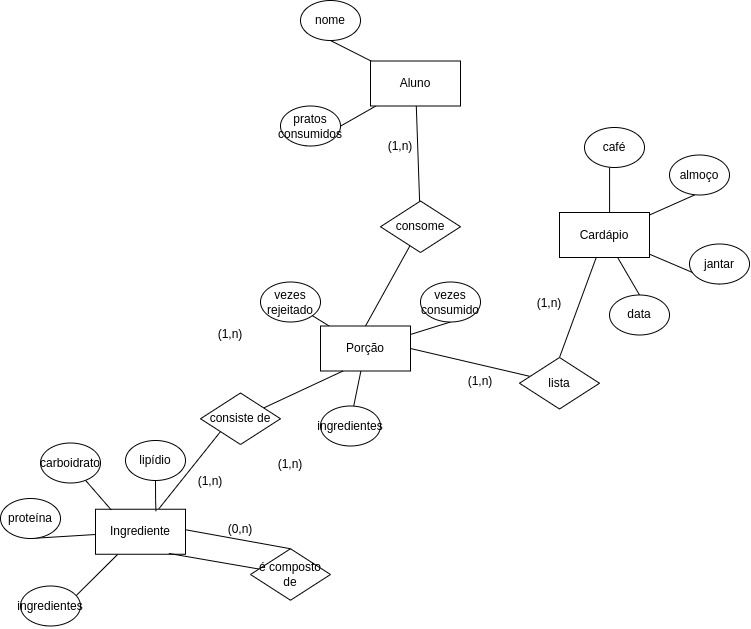
This is lab03/images/ER.png from yvensiveis/mc536, a draw.io export, as it was before one commit. Source tidied: cells renumbered, new cells last; positions are measured from the earlier drawing's top-left corner, leaving out a move shared by most shapes.
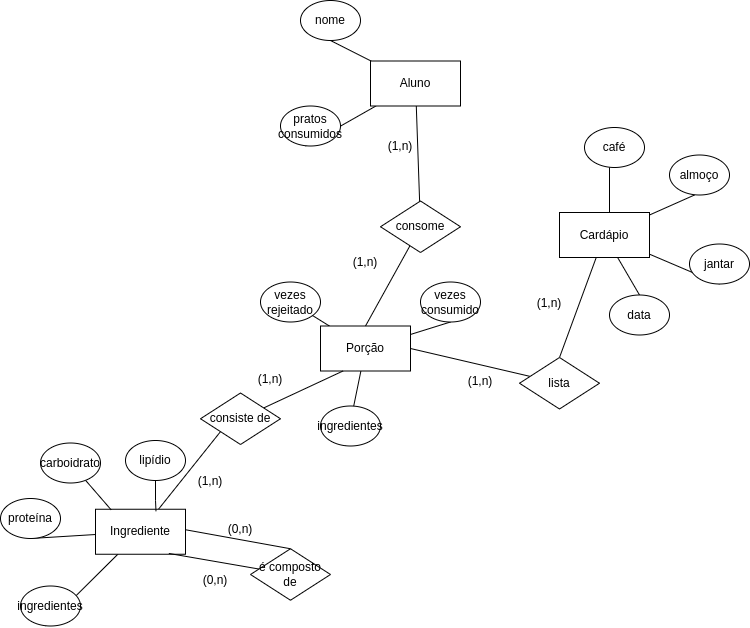
Above is the later version.

Diff of the diagram source:
```diff
@@ -19,7 +19,7 @@
     <mxCell id="5" style="rounded=0;jettySize=auto;html=1;entryX=0.5;entryY=0;entryDx=0;entryDy=0;endArrow=none;endFill=0;" parent="1" edge="1" source="7" target="12">
       <mxGeometry relative="1" as="geometry" />
     </mxCell>
-    <mxCell id="6" style="rounded=0;jettySize=auto;html=1;entryX=0.5;entryY=0;entryDx=0;entryDy=0;endArrow=none;endFill=0;" parent="1" edge="1" source="7" target="33">
+    <mxCell id="6" style="rounded=0;jettySize=auto;html=1;entryX=0.5;entryY=0;entryDx=0;entryDy=0;endArrow=none;endFill=0;" parent="1" edge="1" source="7" target="32">
       <mxGeometry relative="1" as="geometry" />
     </mxCell>
     <mxCell id="7" style="rounded=0;whiteSpace=wrap;html=1;" parent="1" vertex="1">
@@ -94,79 +94,82 @@
     <mxCell id="30" value="(1,n)" style="text;html=1;strokeColor=none;fillColor=none;align=center;verticalAlign=middle;whiteSpace=wrap;rounded=0;" parent="1" vertex="1">
       <mxGeometry x="180" y="465.5" width="60" height="30" as="geometry" />
     </mxCell>
-    <mxCell id="31" value="(1,n)" style="text;html=1;strokeColor=none;fillColor=none;align=center;verticalAlign=middle;whiteSpace=wrap;rounded=0;" parent="1" vertex="1">
-      <mxGeometry x="260" y="449" width="60" height="30" as="geometry" />
+    <mxCell id="31" style="rounded=0;jettySize=auto;html=1;entryX=1;entryY=0.5;entryDx=0;entryDy=0;endArrow=none;endFill=0;" parent="1" edge="1" source="32" target="23">
+      <mxGeometry relative="1" as="geometry" />
     </mxCell>
-    <mxCell id="32" style="rounded=0;jettySize=auto;html=1;entryX=1;entryY=0.5;entryDx=0;entryDy=0;endArrow=none;endFill=0;" parent="1" edge="1" source="33" target="23">
-      <mxGeometry relative="1" as="geometry" />
+    <mxCell id="32" value="lista" style="rhombus;whiteSpace=wrap;html=1;" parent="1" vertex="1">
+      <mxGeometry x="519" y="357" width="80" height="51.5" as="geometry" />
     </mxCell>
-    <mxCell id="33" value="lista" style="rhombus;whiteSpace=wrap;html=1;" parent="1" vertex="1">
-      <mxGeometry x="519" y="357" width="80" height="51.5" as="geometry" />
+    <mxCell id="33" value="(1,n)" style="text;html=1;strokeColor=none;fillColor=none;align=center;verticalAlign=middle;whiteSpace=wrap;rounded=0;" parent="1" vertex="1">
+      <mxGeometry x="450" y="365.5" width="60" height="30" as="geometry" />
     </mxCell>
-    <mxCell id="34" value="(1,n)" style="text;html=1;strokeColor=none;fillColor=none;align=center;verticalAlign=middle;whiteSpace=wrap;rounded=0;" parent="1" vertex="1">
-      <mxGeometry x="450" y="365.5" width="60" height="30" as="geometry" />
+    <mxCell id="34" style="rounded=0;jettySize=auto;html=1;entryX=0.174;entryY=0.013;entryDx=0;entryDy=0;entryPerimeter=0;endArrow=none;endFill=0;" parent="1" edge="1" source="35" target="16">
+      <mxGeometry relative="1" as="geometry" />
     </mxCell>
-    <mxCell id="35" style="rounded=0;jettySize=auto;html=1;entryX=0.174;entryY=0.013;entryDx=0;entryDy=0;entryPerimeter=0;endArrow=none;endFill=0;" parent="1" edge="1" source="36" target="16">
-      <mxGeometry relative="1" as="geometry" />
+    <mxCell id="35" value="carboidrato" style="ellipse;whiteSpace=wrap;html=1;" parent="1" vertex="1">
+      <mxGeometry x="40" y="442.5" width="60" height="40" as="geometry" />
     </mxCell>
-    <mxCell id="36" value="carboidrato" style="ellipse;whiteSpace=wrap;html=1;" parent="1" vertex="1">
-      <mxGeometry x="40" y="442.5" width="60" height="40" as="geometry" />
+    <mxCell id="36" style="edgeStyle=orthogonalEdgeStyle;rounded=0;jettySize=auto;html=1;entryX=0.672;entryY=0.043;entryDx=0;entryDy=0;entryPerimeter=0;endArrow=none;endFill=0;" parent="1" edge="1" source="37" target="16">
+      <mxGeometry relative="1" as="geometry" />
     </mxCell>
-    <mxCell id="37" style="edgeStyle=orthogonalEdgeStyle;rounded=0;jettySize=auto;html=1;entryX=0.672;entryY=0.043;entryDx=0;entryDy=0;entryPerimeter=0;endArrow=none;endFill=0;" parent="1" edge="1" source="38" target="16">
-      <mxGeometry relative="1" as="geometry" />
+    <mxCell id="37" value="lipídio" style="ellipse;whiteSpace=wrap;html=1;" parent="1" vertex="1">
+      <mxGeometry x="125" y="440" width="60" height="40" as="geometry" />
     </mxCell>
-    <mxCell id="38" value="lipídio" style="ellipse;whiteSpace=wrap;html=1;" parent="1" vertex="1">
-      <mxGeometry x="125" y="440" width="60" height="40" as="geometry" />
+    <mxCell id="38" style="rounded=0;jettySize=auto;html=1;entryX=0.417;entryY=1;entryDx=0;entryDy=0;entryPerimeter=0;endArrow=none;endFill=0;" parent="1" edge="1" source="41" target="43">
+      <mxGeometry relative="1" as="geometry" />
     </mxCell>
-    <mxCell id="39" style="rounded=0;jettySize=auto;html=1;entryX=0.417;entryY=1;entryDx=0;entryDy=0;entryPerimeter=0;endArrow=none;endFill=0;" parent="1" edge="1" source="42" target="44">
+    <mxCell id="39" style="rounded=0;jettySize=auto;html=1;entryX=0.5;entryY=1;entryDx=0;entryDy=0;endArrow=none;endFill=0;" parent="1" edge="1" source="41" target="44">
       <mxGeometry relative="1" as="geometry" />
     </mxCell>
-    <mxCell id="40" style="rounded=0;jettySize=auto;html=1;entryX=0.5;entryY=1;entryDx=0;entryDy=0;endArrow=none;endFill=0;" parent="1" edge="1" source="42" target="45">
+    <mxCell id="40" style="rounded=0;jettySize=auto;html=1;endArrow=none;endFill=0;" parent="1" edge="1" source="41" target="46">
       <mxGeometry relative="1" as="geometry" />
     </mxCell>
-    <mxCell id="41" style="rounded=0;jettySize=auto;html=1;endArrow=none;endFill=0;" parent="1" edge="1" source="42" target="47">
-      <mxGeometry relative="1" as="geometry" />
+    <mxCell id="41" style="rounded=0;whiteSpace=wrap;html=1;" parent="1" vertex="1">
+      <mxGeometry x="370" y="60.5" width="90" height="45" as="geometry" />
     </mxCell>
-    <mxCell id="42" style="rounded=0;whiteSpace=wrap;html=1;" parent="1" vertex="1">
-      <mxGeometry x="370" y="60.5" width="90" height="45" as="geometry" />
+    <mxCell id="42" value="Aluno" style="text;html=1;strokeColor=none;fillColor=none;align=center;verticalAlign=middle;whiteSpace=wrap;rounded=0;" parent="1" vertex="1">
+      <mxGeometry x="385" y="68" width="60" height="30" as="geometry" />
     </mxCell>
-    <mxCell id="43" value="Aluno" style="text;html=1;strokeColor=none;fillColor=none;align=center;verticalAlign=middle;whiteSpace=wrap;rounded=0;" parent="1" vertex="1">
-      <mxGeometry x="385" y="68" width="60" height="30" as="geometry" />
+    <mxCell id="43" value="pratos consumidos" style="ellipse;whiteSpace=wrap;html=1;" parent="1" vertex="1">
+      <mxGeometry x="280" y="105.5" width="60" height="40" as="geometry" />
     </mxCell>
-    <mxCell id="44" value="pratos consumidos" style="ellipse;whiteSpace=wrap;html=1;" parent="1" vertex="1">
-      <mxGeometry x="280" y="105.5" width="60" height="40" as="geometry" />
+    <mxCell id="44" value="nome" style="ellipse;whiteSpace=wrap;html=1;" parent="1" vertex="1">
+      <mxGeometry x="300" width="60" height="40" as="geometry" />
     </mxCell>
-    <mxCell id="45" value="nome" style="ellipse;whiteSpace=wrap;html=1;" parent="1" vertex="1">
-      <mxGeometry x="300" width="60" height="40" as="geometry" />
+    <mxCell id="45" style="rounded=0;jettySize=auto;html=1;entryX=0.5;entryY=0;entryDx=0;entryDy=0;endArrow=none;endFill=0;" parent="1" edge="1" source="46" target="23">
+      <mxGeometry relative="1" as="geometry" />
     </mxCell>
-    <mxCell id="46" style="rounded=0;jettySize=auto;html=1;entryX=0.5;entryY=0;entryDx=0;entryDy=0;endArrow=none;endFill=0;" parent="1" edge="1" source="47" target="23">
-      <mxGeometry relative="1" as="geometry" />
+    <mxCell id="46" value="consome" style="rhombus;whiteSpace=wrap;html=1;" parent="1" vertex="1">
+      <mxGeometry x="380" y="200.5" width="80" height="51.5" as="geometry" />
     </mxCell>
-    <mxCell id="47" value="consome" style="rhombus;whiteSpace=wrap;html=1;" parent="1" vertex="1">
-      <mxGeometry x="380" y="200.5" width="80" height="51.5" as="geometry" />
+    <mxCell id="47" value="(1,n)" style="text;html=1;strokeColor=none;fillColor=none;align=center;verticalAlign=middle;whiteSpace=wrap;rounded=0;" parent="1" vertex="1">
+      <mxGeometry x="370" y="131" width="60" height="30" as="geometry" />
     </mxCell>
     <mxCell id="48" value="(1,n)" style="text;html=1;strokeColor=none;fillColor=none;align=center;verticalAlign=middle;whiteSpace=wrap;rounded=0;" parent="1" vertex="1">
-      <mxGeometry x="370" y="131" width="60" height="30" as="geometry" />
+      <mxGeometry x="240" y="364" width="60" height="30" as="geometry" />
     </mxCell>
     <mxCell id="49" value="(1,n)" style="text;html=1;strokeColor=none;fillColor=none;align=center;verticalAlign=middle;whiteSpace=wrap;rounded=0;" parent="1" vertex="1">
-      <mxGeometry x="200" y="319" width="60" height="30" as="geometry" />
+      <mxGeometry x="519" y="288" width="60" height="30" as="geometry" />
     </mxCell>
-    <mxCell id="50" value="(1,n)" style="text;html=1;strokeColor=none;fillColor=none;align=center;verticalAlign=middle;whiteSpace=wrap;rounded=0;" parent="1" vertex="1">
-      <mxGeometry x="519" y="288" width="60" height="30" as="geometry" />
+    <mxCell id="50" style="rounded=0;jettySize=auto;html=1;endArrow=none;endFill=0;exitX=0.5;exitY=0;exitDx=0;exitDy=0;entryX=1;entryY=0.5;entryDx=0;entryDy=0;" parent="1" edge="1" source="52">
+      <mxGeometry relative="1" as="geometry">
+        <mxPoint x="185" y="529.2" as="targetPoint" />
+      </mxGeometry>
     </mxCell>
-    <mxCell id="51" style="rounded=0;jettySize=auto;html=1;endArrow=none;endFill=0;exitX=0.5;exitY=0;exitDx=0;exitDy=0;entryX=1;entryY=0.5;entryDx=0;entryDy=0;" parent="1" edge="1" source="53">
-      <mxGeometry relative="1" as="geometry">
-        <mxPoint x="185" y="529.2" as="targetPoint" />
-      </mxGeometry>
+    <mxCell id="51" style="rounded=0;jettySize=auto;html=1;entryX=0.815;entryY=0.982;entryDx=0;entryDy=0;entryPerimeter=0;endArrow=none;endFill=0;" parent="1" edge="1" source="52" target="16">
+      <mxGeometry relative="1" as="geometry" />
     </mxCell>
-    <mxCell id="52" style="rounded=0;jettySize=auto;html=1;entryX=0.815;entryY=0.982;entryDx=0;entryDy=0;entryPerimeter=0;endArrow=none;endFill=0;" parent="1" edge="1" source="53" target="16">
-      <mxGeometry relative="1" as="geometry" />
+    <mxCell id="52" value="é composto de" style="rhombus;whiteSpace=wrap;html=1;" parent="1" vertex="1">
+      <mxGeometry x="250" y="548.2" width="80" height="51.5" as="geometry" />
     </mxCell>
-    <mxCell id="53" value="é composto de" style="rhombus;whiteSpace=wrap;html=1;" parent="1" vertex="1">
-      <mxGeometry x="250" y="548.2" width="80" height="51.5" as="geometry" />
+    <mxCell id="53" value="(0,n)" style="text;html=1;strokeColor=none;fillColor=none;align=center;verticalAlign=middle;whiteSpace=wrap;rounded=0;" parent="1" vertex="1">
+      <mxGeometry x="210" y="514" width="60" height="30" as="geometry" />
     </mxCell>
     <mxCell id="54" value="(0,n)" style="text;html=1;strokeColor=none;fillColor=none;align=center;verticalAlign=middle;whiteSpace=wrap;rounded=0;" parent="1" vertex="1">
-      <mxGeometry x="210" y="514" width="60" height="30" as="geometry" />
+      <mxGeometry x="185" y="565" width="60" height="30" as="geometry" />
     </mxCell>
+    <mxCell id="55" value="(1,n)" style="text;html=1;strokeColor=none;fillColor=none;align=center;verticalAlign=middle;whiteSpace=wrap;rounded=0;" parent="1" vertex="1">
+      <mxGeometry x="335" y="246.5" width="60" height="30" as="geometry" />
+    </mxCell>
   </root>
 </mxGraphModel>
```
